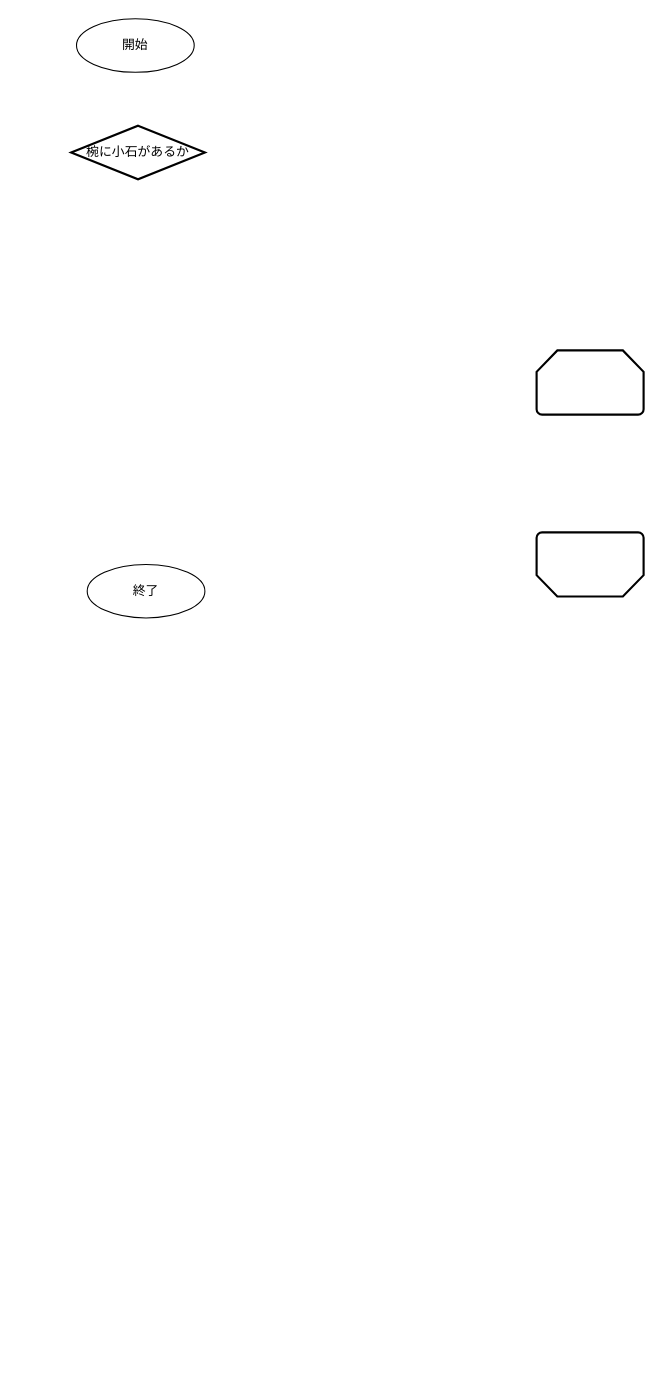
The draw.io diagram volume11_1159.drawio in Caste11a/Flowchart, before the edit. Source tidied: cells renumbered, new cells numbered last; positions are measured from the earlier drawing's top-left corner, leaving out a move shared by most shapes. Both pictures are drawn from the tidied source at 107%, with x=0, y=0 at pixel (71, 18).
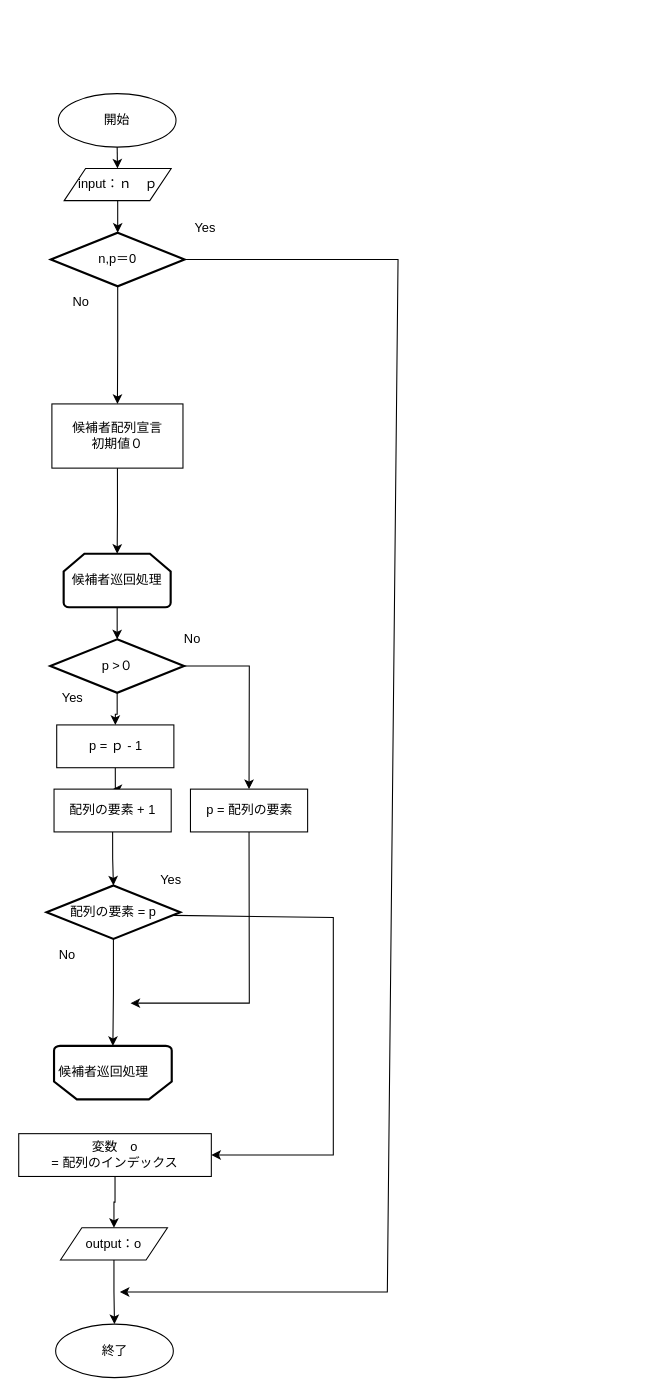
After the change.

Change to the diagram source:
```diff
@@
     <mxCell id="2" value="開始" style="ellipse;whiteSpace=wrap;html=1;" parent="1" vertex="1">
-      <mxGeometry x="5" width="110" height="50" as="geometry" />
+      <mxGeometry x="-12" y="70" width="110" height="50" as="geometry" />
     </mxCell>
     <mxCell id="3" value="終了" style="ellipse;whiteSpace=wrap;html=1;" parent="1" vertex="1">
-      <mxGeometry x="15" y="510" width="110" height="50" as="geometry" />
+      <mxGeometry x="-14.5" y="1220" width="110" height="50" as="geometry" />
     </mxCell>
-    <mxCell id="4" style="strokeWidth=2;html=1;shape=mxgraph.flowchart.loop_limit;whiteSpace=wrap;" parent="1" vertex="1">
-      <mxGeometry x="435" y="310" width="100" height="60" as="geometry" />
-    </mxCell>
-    <mxCell id="5" style="strokeWidth=2;html=1;shape=mxgraph.flowchart.loop_limit;whiteSpace=wrap;rotation=-180;" parent="1" vertex="1">
-      <mxGeometry x="435" y="480" width="100" height="60" as="geometry" />
-    </mxCell>
-    <mxCell id="6" value="椀に小石があるか" style="strokeWidth=2;html=1;shape=mxgraph.flowchart.decision;whiteSpace=wrap;" parent="1" vertex="1">
-      <mxGeometry y="100" width="125" height="50" as="geometry" />
-    </mxCell>
+    <mxCell id="7" style="edgeStyle=orthogonalEdgeStyle;rounded=0;jettySize=auto;html=1;exitX=0.5;exitY=1;exitDx=0;exitDy=0;entryX=0.5;entryY=0;entryDx=0;entryDy=0;entryPerimeter=0;" parent="1" edge="1" source="8" target="12">
+      <mxGeometry relative="1" as="geometry" />
+    </mxCell>
+    <mxCell id="8" value="input：ｎ　ｐ" style="shape=parallelogram;perimeter=parallelogramPerimeter;whiteSpace=wrap;html=1;fixedSize=1;" parent="1" vertex="1">
+      <mxGeometry x="-6.5" y="140" width="100" height="30" as="geometry" />
+    </mxCell>
+    <mxCell id="9" style="edgeStyle=orthogonalEdgeStyle;rounded=0;jettySize=auto;html=1;exitX=0.5;exitY=1;exitDx=0;exitDy=0;entryX=0.5;entryY=0;entryDx=0;entryDy=0;" parent="1" edge="1" source="10" target="3">
+      <mxGeometry relative="1" as="geometry" />
+    </mxCell>
+    <mxCell id="10" value="output：o" style="shape=parallelogram;perimeter=parallelogramPerimeter;whiteSpace=wrap;html=1;fixedSize=1;" parent="1" vertex="1">
+      <mxGeometry x="-10" y="1130" width="100" height="30" as="geometry" />
+    </mxCell>
+    <mxCell id="11" style="edgeStyle=orthogonalEdgeStyle;rounded=0;jettySize=auto;html=1;exitX=0.5;exitY=1;exitDx=0;exitDy=0;exitPerimeter=0;entryX=0.5;entryY=0;entryDx=0;entryDy=0;" parent="1" edge="1" source="12" target="17">
+      <mxGeometry relative="1" as="geometry" />
+    </mxCell>
+    <mxCell id="12" value="n,p＝0" style="strokeWidth=2;html=1;shape=mxgraph.flowchart.decision;whiteSpace=wrap;" parent="1" vertex="1">
+      <mxGeometry x="-19" y="200" width="125" height="50" as="geometry" />
+    </mxCell>
+    <mxCell id="13" style="endArrow=classic;html=1;rounded=0;exitX=1;exitY=0.5;exitDx=0;exitDy=0;exitPerimeter=0;" parent="1" edge="1" source="12">
+      <mxGeometry relative="1" as="geometry">
+        <mxPoint x="45.5" y="1190" as="targetPoint" />
+        <Array as="points">
+          <mxPoint x="305.5" y="225" />
+          <mxPoint x="295.5" y="1190" />
+        </Array>
+      </mxGeometry>
+    </mxCell>
+    <mxCell id="14" value="No" style="text;html=1;align=center;verticalAlign=middle;fillColor=none;strokeColor=none;rounded=0;" parent="1" vertex="1">
+      <mxGeometry x="-11.5" y="250" width="40" height="30" as="geometry" />
+    </mxCell>
+    <mxCell id="15" value="Yes" style="text;html=1;align=center;verticalAlign=middle;fillColor=none;strokeColor=none;rounded=0;" parent="1" vertex="1">
+      <mxGeometry x="104.5" y="181" width="40" height="30" as="geometry" />
+    </mxCell>
+    <mxCell id="16" style="edgeStyle=orthogonalEdgeStyle;rounded=0;jettySize=auto;html=1;exitX=0.5;exitY=1;exitDx=0;exitDy=0;entryX=0.5;entryY=0;entryDx=0;entryDy=0;entryPerimeter=0;" parent="1" edge="1" source="17" target="24">
+      <mxGeometry relative="1" as="geometry" />
+    </mxCell>
+    <mxCell id="17" value="候補者配列宣言&lt;br&gt;初期値０" style="rounded=0;whiteSpace=wrap;html=1;" parent="1" vertex="1">
+      <mxGeometry x="-18" y="360" width="122.5" height="60" as="geometry" />
+    </mxCell>
+    <mxCell id="18" style="endArrow=classic;html=1;rounded=0;startArrow=none;exitX=0.5;exitY=1;exitDx=0;exitDy=0;" parent="1" edge="1" source="2" target="8">
+      <mxGeometry relative="1" as="geometry" />
+    </mxCell>
+    <mxCell id="19" style="edgeStyle=orthogonalEdgeStyle;rounded=0;jettySize=auto;html=1;exitX=0.5;exitY=1;exitDx=0;exitDy=0;exitPerimeter=0;entryX=0.5;entryY=1;entryDx=0;entryDy=0;entryPerimeter=0;" parent="1" edge="1" source="20" target="21">
+      <mxGeometry relative="1" as="geometry" />
+    </mxCell>
+    <mxCell id="20" value="配列の要素 = p" style="strokeWidth=2;html=1;shape=mxgraph.flowchart.decision;whiteSpace=wrap;" parent="1" vertex="1">
+      <mxGeometry x="-23" y="810" width="125" height="50" as="geometry" />
+    </mxCell>
+    <mxCell id="21" style="strokeWidth=2;shape=mxgraph.flowchart.loop_limit;rotation=-180;direction=east;align=center;horizontal=1;whiteSpace=wrap;html=1;" parent="1" vertex="1">
+      <mxGeometry x="-16" y="960" width="110" height="50" as="geometry" />
+    </mxCell>
+    <mxCell id="22" value="候補者巡回処理" style="text;html=1;align=center;verticalAlign=middle;strokeColor=none;fillColor=none;" parent="1" vertex="1">
+      <mxGeometry x="-25" y="970" width="110" height="30" as="geometry" />
+    </mxCell>
+    <mxCell id="23" style="edgeStyle=orthogonalEdgeStyle;rounded=0;jettySize=auto;html=1;exitX=0.5;exitY=1;exitDx=0;exitDy=0;exitPerimeter=0;" parent="1" edge="1" source="24" target="26">
+      <mxGeometry relative="1" as="geometry" />
+    </mxCell>
+    <mxCell id="24" value="候補者巡回処理" style="strokeWidth=2;html=1;shape=mxgraph.flowchart.loop_limit;whiteSpace=wrap;" parent="1" vertex="1">
+      <mxGeometry x="-7" y="500" width="100" height="50" as="geometry" />
+    </mxCell>
+    <mxCell id="25" style="edgeStyle=orthogonalEdgeStyle;rounded=0;jettySize=auto;html=1;exitX=0.5;exitY=1;exitDx=0;exitDy=0;exitPerimeter=0;" parent="1" edge="1" source="26" target="30">
+      <mxGeometry relative="1" as="geometry" />
+    </mxCell>
+    <mxCell id="26" value="p &amp;gt;０" style="strokeWidth=2;html=1;shape=mxgraph.flowchart.decision;whiteSpace=wrap;" parent="1" vertex="1">
+      <mxGeometry x="-19.5" y="580" width="125" height="50" as="geometry" />
+    </mxCell>
+    <mxCell id="27" value="Yes" style="text;html=1;align=center;verticalAlign=middle;fillColor=none;strokeColor=none;rounded=0;" parent="1" vertex="1">
+      <mxGeometry x="-19.5" y="620" width="40" height="30" as="geometry" />
+    </mxCell>
+    <mxCell id="28" value="No" style="text;html=1;align=center;verticalAlign=middle;fillColor=none;strokeColor=none;rounded=0;" parent="1" vertex="1">
+      <mxGeometry x="93" y="565" width="40" height="30" as="geometry" />
+    </mxCell>
+    <mxCell id="29" style="edgeStyle=orthogonalEdgeStyle;rounded=0;jettySize=auto;html=1;exitX=0.5;exitY=1;exitDx=0;exitDy=0;" parent="1" edge="1" source="30" target="32">
+      <mxGeometry relative="1" as="geometry" />
+    </mxCell>
+    <mxCell id="30" value="p = ｐ - 1" style="rounded=0;whiteSpace=wrap;html=1;" parent="1" vertex="1">
+      <mxGeometry x="-13.5" y="660" width="109.5" height="40" as="geometry" />
+    </mxCell>
+    <mxCell id="31" style="edgeStyle=orthogonalEdgeStyle;rounded=0;jettySize=auto;html=1;exitX=0.5;exitY=1;exitDx=0;exitDy=0;entryX=0.5;entryY=0;entryDx=0;entryDy=0;entryPerimeter=0;" parent="1" edge="1" source="32" target="20">
+      <mxGeometry relative="1" as="geometry" />
+    </mxCell>
+    <mxCell id="32" value="配列の要素 + 1" style="rounded=0;whiteSpace=wrap;html=1;" parent="1" vertex="1">
+      <mxGeometry x="-16" y="720" width="109.5" height="40" as="geometry" />
+    </mxCell>
+    <mxCell id="33" style="endArrow=classic;html=1;rounded=0;exitX=1;exitY=0.5;exitDx=0;exitDy=0;exitPerimeter=0;entryX=0.5;entryY=0;entryDx=0;entryDy=0;" parent="1" edge="1" source="26" target="34">
+      <mxGeometry relative="1" as="geometry">
+        <Array as="points">
+          <mxPoint x="166.5" y="605" />
+        </Array>
+      </mxGeometry>
+    </mxCell>
+    <mxCell id="34" value="p = 配列の要素" style="rounded=0;whiteSpace=wrap;html=1;" parent="1" vertex="1">
+      <mxGeometry x="111.5" y="720" width="109.5" height="40" as="geometry" />
+    </mxCell>
+    <mxCell id="35" style="endArrow=classic;html=1;rounded=0;exitX=0.5;exitY=1;exitDx=0;exitDy=0;" parent="1" edge="1" source="34">
+      <mxGeometry relative="1" as="geometry">
+        <mxPoint x="55.5" y="920" as="targetPoint" />
+        <Array as="points">
+          <mxPoint x="166.5" y="920" />
+        </Array>
+      </mxGeometry>
+    </mxCell>
+    <mxCell id="36" value="Yes" style="text;html=1;align=center;verticalAlign=middle;fillColor=none;strokeColor=none;rounded=0;" parent="1" vertex="1">
+      <mxGeometry x="73" y="790" width="40" height="30" as="geometry" />
+    </mxCell>
+    <mxCell id="37" value="No" style="text;html=1;align=center;verticalAlign=middle;fillColor=none;strokeColor=none;rounded=0;" parent="1" vertex="1">
+      <mxGeometry x="-24.5" y="860" width="40" height="30" as="geometry" />
+    </mxCell>
+    <mxCell id="38" style="endArrow=classic;html=1;rounded=0;entryX=1;entryY=0.5;entryDx=0;entryDy=0;exitX=0.95;exitY=0.56;exitDx=0;exitDy=0;exitPerimeter=0;" parent="1" edge="1" source="20" target="40">
+      <mxGeometry relative="1" as="geometry">
+        <Array as="points">
+          <mxPoint x="245" y="840" />
+          <mxPoint x="245" y="1062" />
+        </Array>
+      </mxGeometry>
+    </mxCell>
+    <mxCell id="39" style="edgeStyle=orthogonalEdgeStyle;rounded=0;jettySize=auto;html=1;exitX=0.5;exitY=1;exitDx=0;exitDy=0;entryX=0.5;entryY=0;entryDx=0;entryDy=0;" parent="1" edge="1" source="40" target="10">
+      <mxGeometry relative="1" as="geometry" />
+    </mxCell>
+    <mxCell id="40" value="変数　o&lt;br&gt;= 配列のインデックス" style="rounded=0;whiteSpace=wrap;html=1;" parent="1" vertex="1">
+      <mxGeometry x="-49" y="1042" width="180" height="40" as="geometry" />
+    </mxCell>
```
